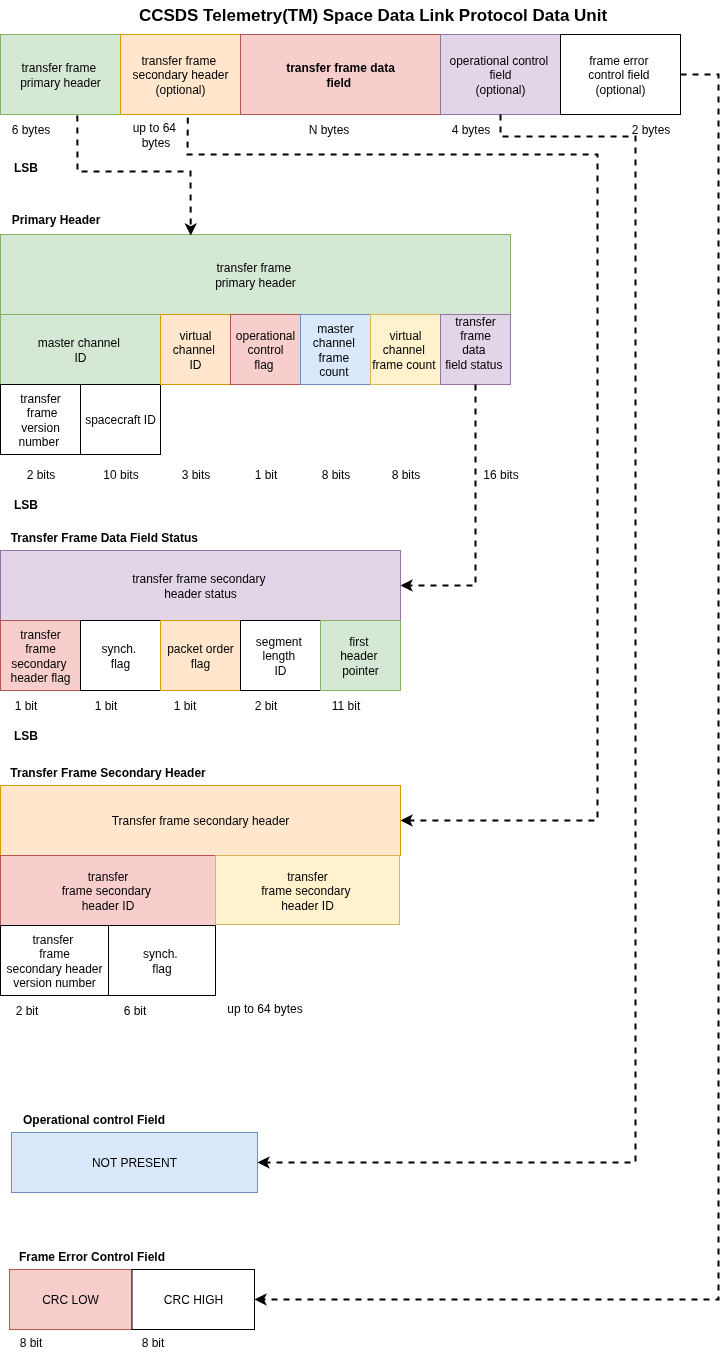
Earlier version of the draw.io export image-assets/ccsds-protocol-image.png (bytecod3/Project-Shadow-Flight). Source tidied: cells renumbered, new cells last; positions are measured from the earlier drawing's top-left corner, leaving out a move shared by most shapes.
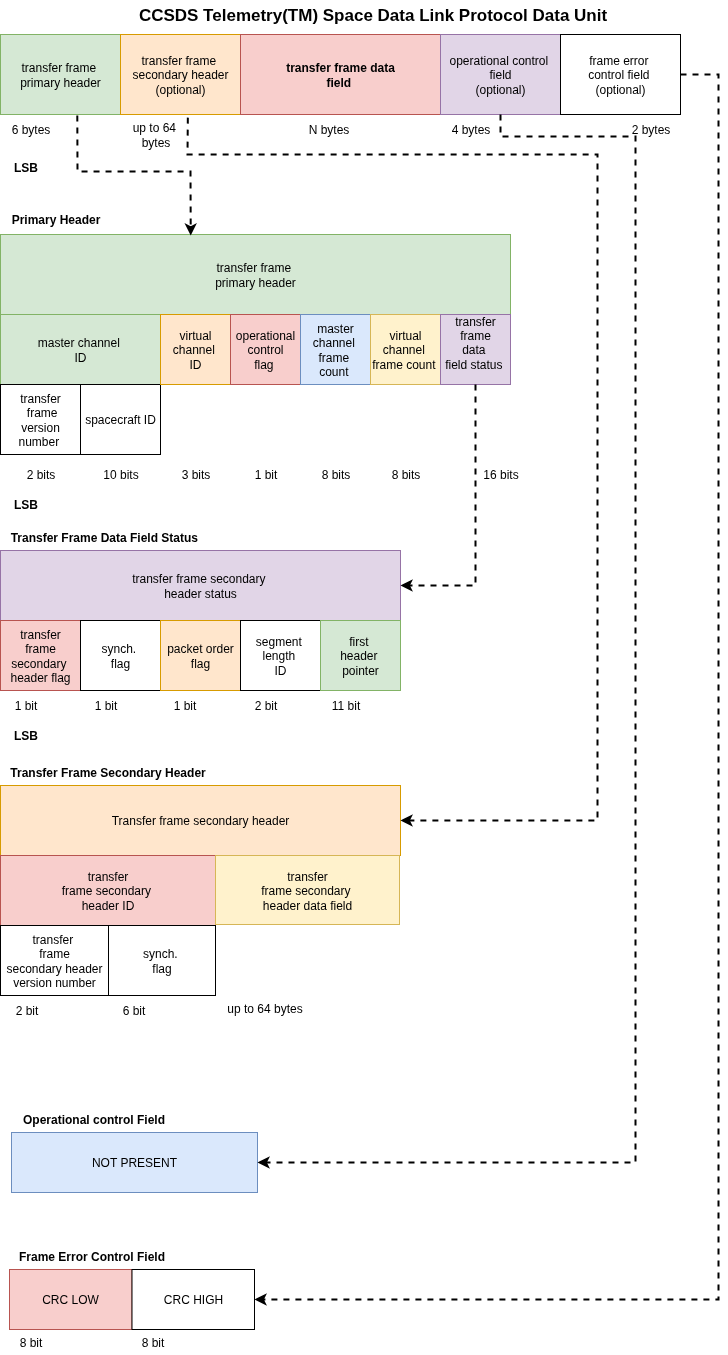
After the commit.

The edit, as a diff of the source:
```diff
@@ -160,7 +160,7 @@
     <mxCell id="52" value="6 bit" style="text;html=1;align=center;verticalAlign=middle;strokeColor=none;fillColor=none;" parent="1" vertex="1">
       <mxGeometry x="113" y="997" width="41" height="26" as="geometry" />
     </mxCell>
-    <mxCell id="53" value="transfer&lt;div&gt;frame secondary&amp;nbsp;&lt;/div&gt;&lt;div&gt;header ID&lt;/div&gt;" style="whiteSpace=wrap;html=1;fillColor=#fff2cc;strokeColor=#d6b656;" parent="1" vertex="1">
+    <mxCell id="53" value="transfer&lt;div&gt;frame secondary&amp;nbsp;&lt;/div&gt;&lt;div&gt;header data field&lt;/div&gt;" style="whiteSpace=wrap;html=1;fillColor=#fff2cc;strokeColor=#d6b656;" parent="1" vertex="1">
       <mxGeometry x="215" y="855" width="184" height="69" as="geometry" />
     </mxCell>
     <mxCell id="54" value="up to 64 bytes" style="text;html=1;align=center;verticalAlign=middle;strokeColor=none;fillColor=none;" parent="1" vertex="1">
```
